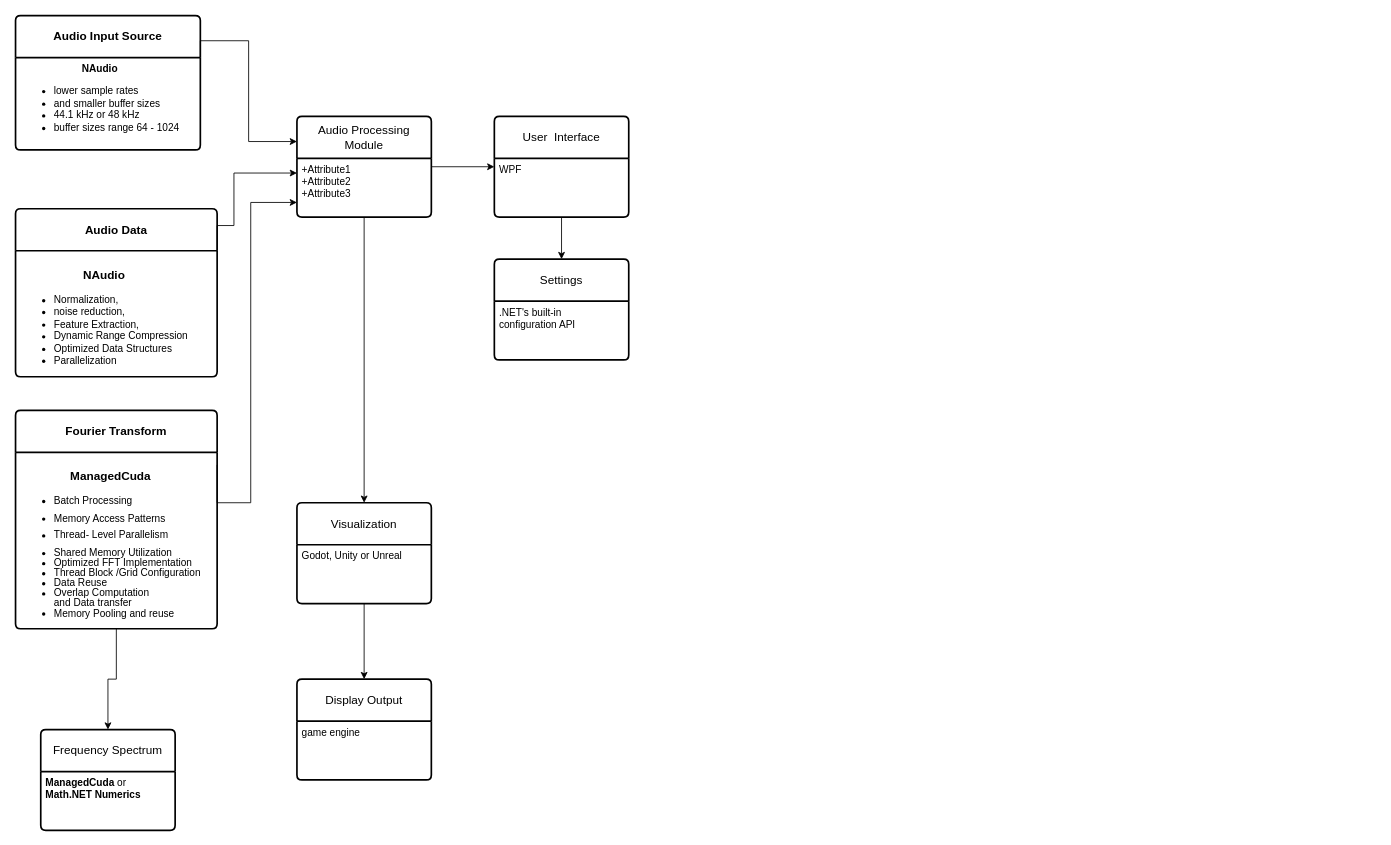
This is erd.drawio from emmettirl/Vid2Vector, a draw.io file, before an edit. Source tidied: cells renumbered, new cells numbered last; positions are measured from the earlier drawing's top-left corner, leaving out a move shared by most shapes. Both pictures are drawn from the tidied source at 84%, with x=0, y=0 at pixel (15, 15).
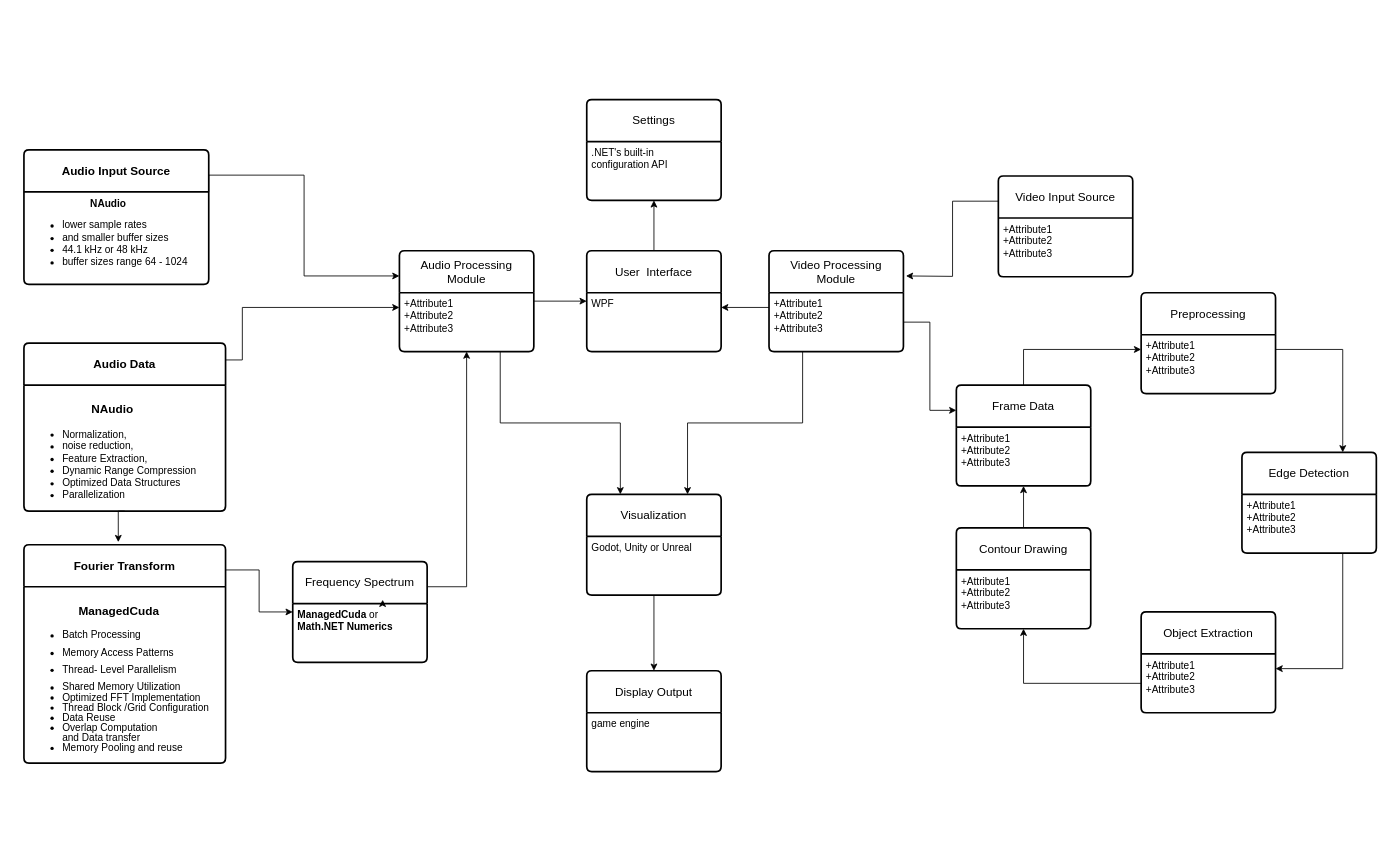
The same diagram, later.

The change refers to these unchanged cells:
```xml
<mxCell id="5" value="&lt;h3 align=&quot;center&quot;&gt;&lt;b&gt;NAudio&lt;/b&gt;&lt;/h3&gt;&lt;ul style=&quot;line-height: 120%;&quot;&gt;&lt;li&gt;Normalization,&amp;nbsp;&lt;/li&gt;&lt;li&gt;noise reduction,&lt;/li&gt;&lt;li&gt;Feature Extraction,&lt;/li&gt;&lt;li&gt;Dynamic Range Compression&lt;/li&gt;&lt;li&gt;Optimized Data Structures&lt;/li&gt;&lt;li&gt;Parallelization&lt;/li&gt;&lt;/ul&gt;" style="align=left;strokeColor=none;fillColor=none;spacingLeft=4;fontSize=12;verticalAlign=top;html=1;" parent="4" vertex="1">
  <mxGeometry y="50" width="240" height="150" as="geometry" />
</mxCell>
<mxCell id="7" value="&lt;p style=&quot;line-height: 100%;&quot;&gt;&lt;/p&gt;&lt;h3 align=&quot;center&quot;&gt;&lt;strong&gt;ManagedCuda&lt;/strong&gt;&lt;/h3&gt;&lt;div style=&quot;line-height: 100%;&quot;&gt;&lt;ul style=&quot;line-height: 100%;&quot;&gt;&lt;li&gt;&lt;p style=&quot;line-height: 30%;&quot;&gt;Batch Processing&lt;/p&gt;&lt;/li&gt;&lt;li&gt;&lt;p style=&quot;line-height: 30%;&quot;&gt;Memory Access Patterns&lt;/p&gt;&lt;/li&gt;&lt;li&gt;&lt;p style=&quot;line-height: 30%;&quot;&gt;Thread- Level Parallelism&lt;/p&gt;&lt;/li&gt;&lt;li&gt;Shared Memory Utilization&lt;/li&gt;&lt;li&gt;Optimized FFT Implementation&lt;/li&gt;&lt;li&gt;Thread Block /Grid Configuration&lt;/li&gt;&lt;li&gt;Data Reuse&lt;/li&gt;&lt;li&gt;Overlap Computation &lt;br&gt;and Data transfer&lt;/li&gt;&lt;li&gt;Memory Pooling and reuse&lt;br&gt;&lt;/li&gt;&lt;/ul&gt;&lt;/div&gt;&lt;p&gt;&lt;/p&gt;" style="align=left;strokeColor=none;fillColor=none;spacingLeft=4;fontSize=12;verticalAlign=top;html=1;" parent="6" vertex="1">
  <mxGeometry y="50" width="240" height="210" as="geometry" />
</mxCell>
<mxCell id="9" value="&lt;div&gt;&lt;strong&gt;ManagedCuda&lt;/strong&gt; or &lt;strong&gt;&lt;br&gt;&lt;/strong&gt;&lt;/div&gt;&lt;div&gt;&lt;strong&gt;Math.NET Numerics&lt;/strong&gt;&lt;/div&gt;" style="align=left;strokeColor=none;fillColor=none;spacingLeft=4;fontSize=12;verticalAlign=top;html=1;" parent="8" vertex="1">
  <mxGeometry y="50" width="160" height="70" as="geometry" />
</mxCell>
<mxCell id="16" value="+Attribute1&#10;+Attribute2&#10;+Attribute3" style="align=left;strokeColor=none;fillColor=none;spacingLeft=4;fontSize=12;verticalAlign=top;html=1;" parent="15" vertex="1">
  <mxGeometry y="50" width="160" height="70" as="geometry" />
</mxCell>
<mxCell id="25" value="WPF" style="align=left;strokeColor=none;fillColor=none;spacingLeft=4;fontSize=12;verticalAlign=top;html=1;" parent="24" vertex="1">
  <mxGeometry y="50" width="160" height="70" as="geometry" />
</mxCell>
```

What changed in the source:
```diff
@@
     <mxCell id="2" value="&lt;p&gt;&lt;strong&gt;Audio Input Source&lt;/strong&gt;&lt;/p&gt;" style="swimlane;horizontal=1;startSize=50;rounded=1;fontSize=14;fontStyle=0;strokeWidth=2;shadow=0;dashed=0;align=center;arcSize=4;whiteSpace=wrap;html=1;" parent="1" vertex="1">
-      <mxGeometry width="220" height="160" as="geometry" />
+      <mxGeometry x="10" y="160" width="220" height="160" as="geometry" />
     </mxCell>
@@
     <mxCell id="4" value="&lt;p&gt;&lt;strong&gt;Audio Data&lt;/strong&gt;&lt;/p&gt;" style="swimlane;horizontal=1;startSize=50;rounded=1;fontSize=14;fontStyle=0;strokeWidth=2;shadow=0;dashed=0;align=center;arcSize=4;whiteSpace=wrap;html=1;" parent="1" vertex="1">
-      <mxGeometry y="230" width="240" height="200" as="geometry" />
+      <mxGeometry x="10" y="390" width="240" height="200" as="geometry" />
     </mxCell>
@@
     <mxCell id="6" value="&lt;div&gt;&lt;b&gt;Fourier Transform&lt;/b&gt;&lt;/div&gt;" style="swimlane;horizontal=1;startSize=50;rounded=1;fontSize=14;fontStyle=0;strokeWidth=2;shadow=0;dashed=0;align=center;arcSize=4;whiteSpace=wrap;html=1;" parent="1" vertex="1">
-      <mxGeometry y="470" width="240" height="260" as="geometry" />
+      <mxGeometry x="10" y="630" width="240" height="260" as="geometry" />
     </mxCell>
@@
+    <mxCell id="28" style="edgeStyle=orthogonalEdgeStyle;rounded=0;jettySize=auto;html=1;exitX=1;exitY=0.25;exitDx=0;exitDy=0;entryX=0.5;entryY=1;entryDx=0;entryDy=0;" parent="1" edge="1" source="8" target="16">
+      <mxGeometry relative="1" as="geometry" />
+    </mxCell>
     <mxCell id="8" value="Frequency Spectrum" style="swimlane;horizontal=1;startSize=50;rounded=1;fontSize=14;fontStyle=0;strokeWidth=2;shadow=0;dashed=0;align=center;arcSize=4;whiteSpace=wrap;html=1;" parent="1" vertex="1">
-      <mxGeometry x="30" y="850" width="160" height="120" as="geometry" />
+      <mxGeometry x="330" y="650" width="160" height="120" as="geometry" />
     </mxCell>
@@
+    <mxCell id="29" style="edgeStyle=orthogonalEdgeStyle;rounded=0;orthogonalLoop=1;jettySize=auto;html=1;exitX=0.5;exitY=0;exitDx=0;exitDy=0;entryX=0.669;entryY=-0.065;entryDx=0;entryDy=0;entryPerimeter=0;" parent="8" edge="1" source="9" target="9">
+      <mxGeometry relative="1" as="geometry" />
+    </mxCell>
     <mxCell id="10" value="Visualization" style="swimlane;horizontal=1;startSize=50;rounded=1;fontSize=14;fontStyle=0;strokeWidth=2;shadow=0;dashed=0;align=center;arcSize=4;whiteSpace=wrap;html=1;" parent="1" vertex="1">
-      <mxGeometry x="335" y="580" width="160" height="120" as="geometry" />
+      <mxGeometry x="680" y="570" width="160" height="120" as="geometry" />
     </mxCell>
@@
     <mxCell id="12" value="Display Output" style="swimlane;horizontal=1;startSize=50;rounded=1;fontSize=14;fontStyle=0;strokeWidth=2;shadow=0;dashed=0;align=center;arcSize=4;whiteSpace=wrap;html=1;" parent="1" vertex="1">
-      <mxGeometry x="335" y="790" width="160" height="120" as="geometry" />
+      <mxGeometry x="680" y="780" width="160" height="120" as="geometry" />
     </mxCell>
@@
     <mxCell id="15" value="Audio Processing Module" style="swimlane;horizontal=1;startSize=50;rounded=1;fontSize=14;fontStyle=0;strokeWidth=2;shadow=0;dashed=0;align=center;arcSize=4;whiteSpace=wrap;html=1;" parent="1" vertex="1">
-      <mxGeometry x="335" y="120" width="160" height="120" as="geometry" />
+      <mxGeometry x="457" y="280" width="160" height="120" as="geometry" />
     </mxCell>
@@
     <mxCell id="18" style="edgeStyle=orthogonalEdgeStyle;rounded=0;jettySize=auto;html=1;exitX=1;exitY=0;exitDx=0;exitDy=0;entryX=0;entryY=0.25;entryDx=0;entryDy=0;" parent="1" edge="1" source="5" target="16">
       <mxGeometry relative="1" as="geometry">
         <Array as="points">
-          <mxPoint x="240" y="250" />
-          <mxPoint x="260" y="250" />
-          <mxPoint x="260" y="188" />
+          <mxPoint x="250" y="410" />
+          <mxPoint x="270" y="410" />
+          <mxPoint x="270" y="348" />
         </Array>
       </mxGeometry>
     </mxCell>
-    <mxCell id="19" style="edgeStyle=orthogonalEdgeStyle;rounded=0;jettySize=auto;html=1;exitX=1;exitY=0.25;exitDx=0;exitDy=0;entryX=0;entryY=0.75;entryDx=0;entryDy=0;" parent="1" edge="1" source="6" target="16">
-      <mxGeometry relative="1" as="geometry">
-        <Array as="points">
-          <mxPoint x="280" y="580" />
-          <mxPoint x="280" y="223" />
-        </Array>
-      </mxGeometry>
-    </mxCell>
-    <mxCell id="20" style="edgeStyle=orthogonalEdgeStyle;rounded=0;jettySize=auto;html=1;exitX=0.5;exitY=1;exitDx=0;exitDy=0;entryX=0.5;entryY=0;entryDx=0;entryDy=0;" parent="1" edge="1" source="7" target="8">
-      <mxGeometry relative="1" as="geometry" />
-    </mxCell>
-    <mxCell id="21" style="edgeStyle=orthogonalEdgeStyle;rounded=0;jettySize=auto;html=1;exitX=0.5;exitY=1;exitDx=0;exitDy=0;entryX=0.5;entryY=0;entryDx=0;entryDy=0;" parent="1" edge="1" source="16" target="10">
+    <mxCell id="21" style="edgeStyle=orthogonalEdgeStyle;rounded=0;jettySize=auto;html=1;exitX=0.75;exitY=1;exitDx=0;exitDy=0;entryX=0.25;entryY=0;entryDx=0;entryDy=0;" parent="1" edge="1" source="15" target="10">
       <mxGeometry relative="1" as="geometry" />
     </mxCell>
@@
     <mxCell id="24" value="&lt;div&gt;User&amp;nbsp; Interface&lt;/div&gt;" style="swimlane;horizontal=1;startSize=50;rounded=1;fontSize=14;fontStyle=0;strokeWidth=2;shadow=0;dashed=0;align=center;arcSize=4;whiteSpace=wrap;html=1;" parent="1" vertex="1">
-      <mxGeometry x="570" y="120" width="160" height="120" as="geometry" />
+      <mxGeometry x="680" y="280" width="160" height="120" as="geometry" />
     </mxCell>
@@
     <mxCell id="26" value="&lt;div&gt;Settings&lt;/div&gt;" style="swimlane;horizontal=1;startSize=50;rounded=1;fontSize=14;fontStyle=0;strokeWidth=2;shadow=0;dashed=0;align=center;arcSize=4;whiteSpace=wrap;html=1;" parent="1" vertex="1">
-      <mxGeometry x="570" y="290" width="160" height="120" as="geometry" />
+      <mxGeometry x="680" y="100" width="160" height="120" as="geometry" />
     </mxCell>
@@
+    <mxCell id="30" style="edgeStyle=orthogonalEdgeStyle;rounded=0;jettySize=auto;html=1;exitX=0;exitY=0.25;exitDx=0;exitDy=0;" parent="1" edge="1" source="31">
+      <mxGeometry relative="1" as="geometry">
+        <mxPoint x="1060" y="310" as="targetPoint" />
+      </mxGeometry>
+    </mxCell>
+    <mxCell id="31" value="&lt;div&gt;Video Input Source&lt;/div&gt;" style="swimlane;horizontal=1;startSize=50;rounded=1;fontSize=14;fontStyle=0;strokeWidth=2;shadow=0;dashed=0;align=center;arcSize=4;whiteSpace=wrap;html=1;" parent="1" vertex="1">
+      <mxGeometry x="1170" y="191" width="160" height="120" as="geometry" />
+    </mxCell>
+    <mxCell id="32" value="+Attribute1&#10;+Attribute2&#10;+Attribute3" style="align=left;strokeColor=none;fillColor=none;spacingLeft=4;fontSize=12;verticalAlign=top;html=1;" parent="31" vertex="1">
+      <mxGeometry y="50" width="160" height="70" as="geometry" />
+    </mxCell>
+    <mxCell id="33" value="&lt;div&gt;Preprocessing&lt;/div&gt;" style="swimlane;horizontal=1;startSize=50;rounded=1;fontSize=14;fontStyle=0;strokeWidth=2;shadow=0;dashed=0;align=center;arcSize=4;whiteSpace=wrap;html=1;" parent="1" vertex="1">
+      <mxGeometry x="1340" y="330" width="160" height="120" as="geometry" />
+    </mxCell>
+    <mxCell id="34" value="+Attribute1&#10;+Attribute2&#10;+Attribute3" style="align=left;strokeColor=none;fillColor=none;spacingLeft=4;fontSize=12;verticalAlign=top;html=1;" parent="33" vertex="1">
+      <mxGeometry y="50" width="160" height="70" as="geometry" />
+    </mxCell>
+    <mxCell id="35" value="Edge Detection" style="swimlane;horizontal=1;startSize=50;rounded=1;fontSize=14;fontStyle=0;strokeWidth=2;shadow=0;dashed=0;align=center;arcSize=4;whiteSpace=wrap;html=1;" parent="1" vertex="1">
+      <mxGeometry x="1460" y="520" width="160" height="120" as="geometry" />
+    </mxCell>
+    <mxCell id="36" value="+Attribute1&#10;+Attribute2&#10;+Attribute3" style="align=left;strokeColor=none;fillColor=none;spacingLeft=4;fontSize=12;verticalAlign=top;html=1;" parent="35" vertex="1">
+      <mxGeometry y="50" width="160" height="70" as="geometry" />
+    </mxCell>
+    <mxCell id="37" value="Video Processing Module" style="swimlane;horizontal=1;startSize=50;rounded=1;fontSize=14;fontStyle=0;strokeWidth=2;shadow=0;dashed=0;align=center;arcSize=4;whiteSpace=wrap;html=1;" parent="1" vertex="1">
+      <mxGeometry x="897" y="280" width="160" height="120" as="geometry" />
+    </mxCell>
+    <mxCell id="38" value="+Attribute1&#10;+Attribute2&#10;+Attribute3" style="align=left;strokeColor=none;fillColor=none;spacingLeft=4;fontSize=12;verticalAlign=top;html=1;" parent="37" vertex="1">
+      <mxGeometry y="50" width="160" height="70" as="geometry" />
+    </mxCell>
+    <mxCell id="39" value="Object Extraction" style="swimlane;horizontal=1;startSize=50;rounded=1;fontSize=14;fontStyle=0;strokeWidth=2;shadow=0;dashed=0;align=center;arcSize=4;whiteSpace=wrap;html=1;" parent="1" vertex="1">
+      <mxGeometry x="1340" y="710" width="160" height="120" as="geometry" />
+    </mxCell>
+    <mxCell id="40" value="+Attribute1&#10;+Attribute2&#10;+Attribute3" style="align=left;strokeColor=none;fillColor=none;spacingLeft=4;fontSize=12;verticalAlign=top;html=1;" parent="39" vertex="1">
+      <mxGeometry y="50" width="160" height="70" as="geometry" />
+    </mxCell>
+    <mxCell id="41" style="edgeStyle=orthogonalEdgeStyle;rounded=0;jettySize=auto;html=1;exitX=0.5;exitY=0;exitDx=0;exitDy=0;entryX=0.5;entryY=1;entryDx=0;entryDy=0;" parent="1" edge="1" source="42" target="47">
+      <mxGeometry relative="1" as="geometry" />
+    </mxCell>
+    <mxCell id="42" value="Contour Drawing" style="swimlane;horizontal=1;startSize=50;rounded=1;fontSize=14;fontStyle=0;strokeWidth=2;shadow=0;dashed=0;align=center;arcSize=4;whiteSpace=wrap;html=1;" parent="1" vertex="1">
+      <mxGeometry x="1120" y="610" width="160" height="120" as="geometry" />
+    </mxCell>
+    <mxCell id="43" value="+Attribute1&#10;+Attribute2&#10;+Attribute3" style="align=left;strokeColor=none;fillColor=none;spacingLeft=4;fontSize=12;verticalAlign=top;html=1;" parent="42" vertex="1">
+      <mxGeometry y="50" width="160" height="70" as="geometry" />
+    </mxCell>
+    <mxCell id="44" style="edgeStyle=orthogonalEdgeStyle;rounded=0;jettySize=auto;html=1;exitX=0;exitY=0.25;exitDx=0;exitDy=0;entryX=1;entryY=0.25;entryDx=0;entryDy=0;" parent="1" edge="1" source="38" target="25">
+      <mxGeometry relative="1" as="geometry" />
+    </mxCell>
+    <mxCell id="45" style="edgeStyle=orthogonalEdgeStyle;rounded=0;jettySize=auto;html=1;exitX=0.5;exitY=0;exitDx=0;exitDy=0;entryX=0;entryY=0.25;entryDx=0;entryDy=0;" parent="1" edge="1" source="46" target="34">
+      <mxGeometry relative="1" as="geometry" />
+    </mxCell>
+    <mxCell id="46" value="&lt;div&gt;Frame Data&lt;/div&gt;" style="swimlane;horizontal=1;startSize=50;rounded=1;fontSize=14;fontStyle=0;strokeWidth=2;shadow=0;dashed=0;align=center;arcSize=4;whiteSpace=wrap;html=1;" parent="1" vertex="1">
+      <mxGeometry x="1120" y="440" width="160" height="120" as="geometry" />
+    </mxCell>
+    <mxCell id="47" value="+Attribute1&#10;+Attribute2&#10;+Attribute3" style="align=left;strokeColor=none;fillColor=none;spacingLeft=4;fontSize=12;verticalAlign=top;html=1;" parent="46" vertex="1">
+      <mxGeometry y="50" width="160" height="70" as="geometry" />
+    </mxCell>
+    <mxCell id="48" style="edgeStyle=orthogonalEdgeStyle;rounded=0;jettySize=auto;html=1;exitX=1;exitY=0.5;exitDx=0;exitDy=0;entryX=0;entryY=0.25;entryDx=0;entryDy=0;" parent="1" edge="1" source="38" target="46">
+      <mxGeometry relative="1" as="geometry" />
+    </mxCell>
+    <mxCell id="49" style="edgeStyle=orthogonalEdgeStyle;rounded=0;jettySize=auto;html=1;exitX=0.5;exitY=1;exitDx=0;exitDy=0;entryX=0.468;entryY=-0.012;entryDx=0;entryDy=0;entryPerimeter=0;" parent="1" edge="1" source="5" target="6">
+      <mxGeometry relative="1" as="geometry" />
+    </mxCell>
+    <mxCell id="50" style="edgeStyle=orthogonalEdgeStyle;rounded=0;jettySize=auto;html=1;exitX=1;exitY=0.25;exitDx=0;exitDy=0;entryX=0.75;entryY=0;entryDx=0;entryDy=0;" parent="1" edge="1" source="34" target="35">
+      <mxGeometry relative="1" as="geometry" />
+    </mxCell>
+    <mxCell id="51" style="edgeStyle=orthogonalEdgeStyle;rounded=0;jettySize=auto;html=1;exitX=0.75;exitY=1;exitDx=0;exitDy=0;entryX=1;entryY=0.25;entryDx=0;entryDy=0;" parent="1" edge="1" source="36" target="40">
+      <mxGeometry relative="1" as="geometry" />
+    </mxCell>
+    <mxCell id="52" style="edgeStyle=orthogonalEdgeStyle;rounded=0;jettySize=auto;html=1;exitX=0;exitY=0.5;exitDx=0;exitDy=0;entryX=0.5;entryY=1;entryDx=0;entryDy=0;" parent="1" edge="1" source="40" target="43">
+      <mxGeometry relative="1" as="geometry" />
+    </mxCell>
+    <mxCell id="53" style="edgeStyle=orthogonalEdgeStyle;rounded=0;jettySize=auto;html=1;exitX=0.25;exitY=1;exitDx=0;exitDy=0;entryX=0.75;entryY=0;entryDx=0;entryDy=0;" parent="1" edge="1" source="38" target="10">
+      <mxGeometry relative="1" as="geometry" />
+    </mxCell>
+    <mxCell id="20" style="edgeStyle=orthogonalEdgeStyle;rounded=0;jettySize=auto;html=1;exitX=1;exitY=0;exitDx=0;exitDy=0;entryX=0;entryY=0.5;entryDx=0;entryDy=0;" parent="1" edge="1" source="7" target="8">
+      <mxGeometry relative="1" as="geometry" />
+    </mxCell>
```
